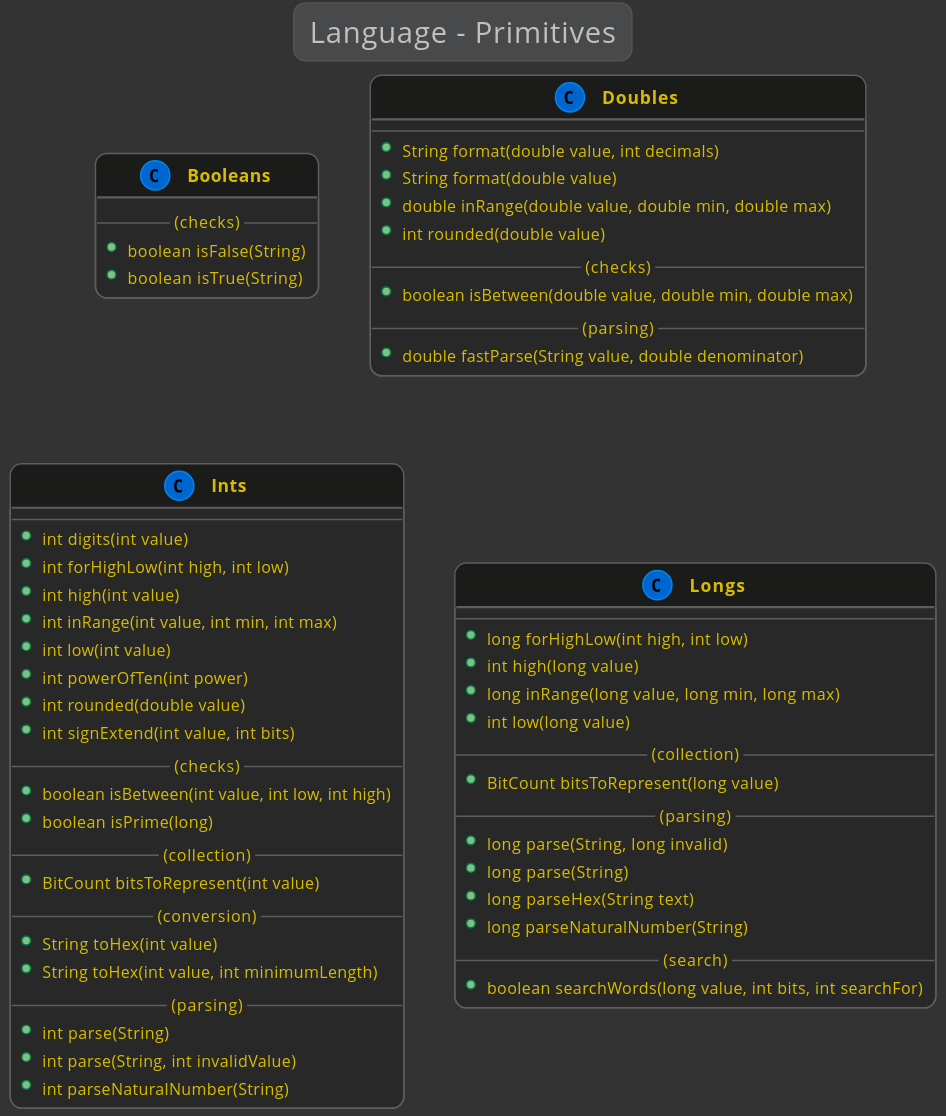
Earlier version of the PlantUML export kivakit-core/kernel/documentation/diagrams/diagram-language-primitive.svg (Telenav/kivakit). Source of this version:
```plantuml
@startuml

    !include ../lexakai/lexakai.theme

    title "Language - Primitives"

    class Booleans
    {
        --(checks)--
        +boolean isFalse(String)
        +boolean isTrue(String)
    }

    class Doubles
    {
        --
        +String format(double value, int decimals)
        +String format(double value)
        +double inRange(double value, double min, double max)
        +int rounded(double value)
        --(checks)--
        +boolean isBetween(double value, double min, double max)
        --(parsing)--
        +double fastParse(String value, double denominator)
    }

    class Ints
    {
        --
        +int digits(int value)
        +int forHighLow(int high, int low)
        +int high(int value)
        +int inRange(int value, int min, int max)
        +int low(int value)
        +int powerOfTen(int power)
        +int rounded(double value)
        +int signExtend(int value, int bits)
        --(checks)--
        +boolean isBetween(int value, int low, int high)
        +boolean isPrime(long)
        --(collection)--
        +BitCount bitsToRepresent(int value)
        --(conversion)--
        +String toHex(int value)
        +String toHex(int value, int minimumLength)
        --(parsing)--
        +int parse(String)
        +int parse(String, int invalidValue)
        +int parseNaturalNumber(String)
    }

    class Longs
    {
        --
        +long forHighLow(int high, int low)
        +int high(long value)
        +long inRange(long value, long min, long max)
        +int low(long value)
        --(collection)--
        +BitCount bitsToRepresent(long value)
        --(parsing)--
        +long parse(String, long invalid)
        +long parse(String)
        +long parseHex(String text)
        +long parseNaturalNumber(String)
        --(search)--
        +boolean searchWords(long value, int bits, int searchFor)
    }

@enduml
```
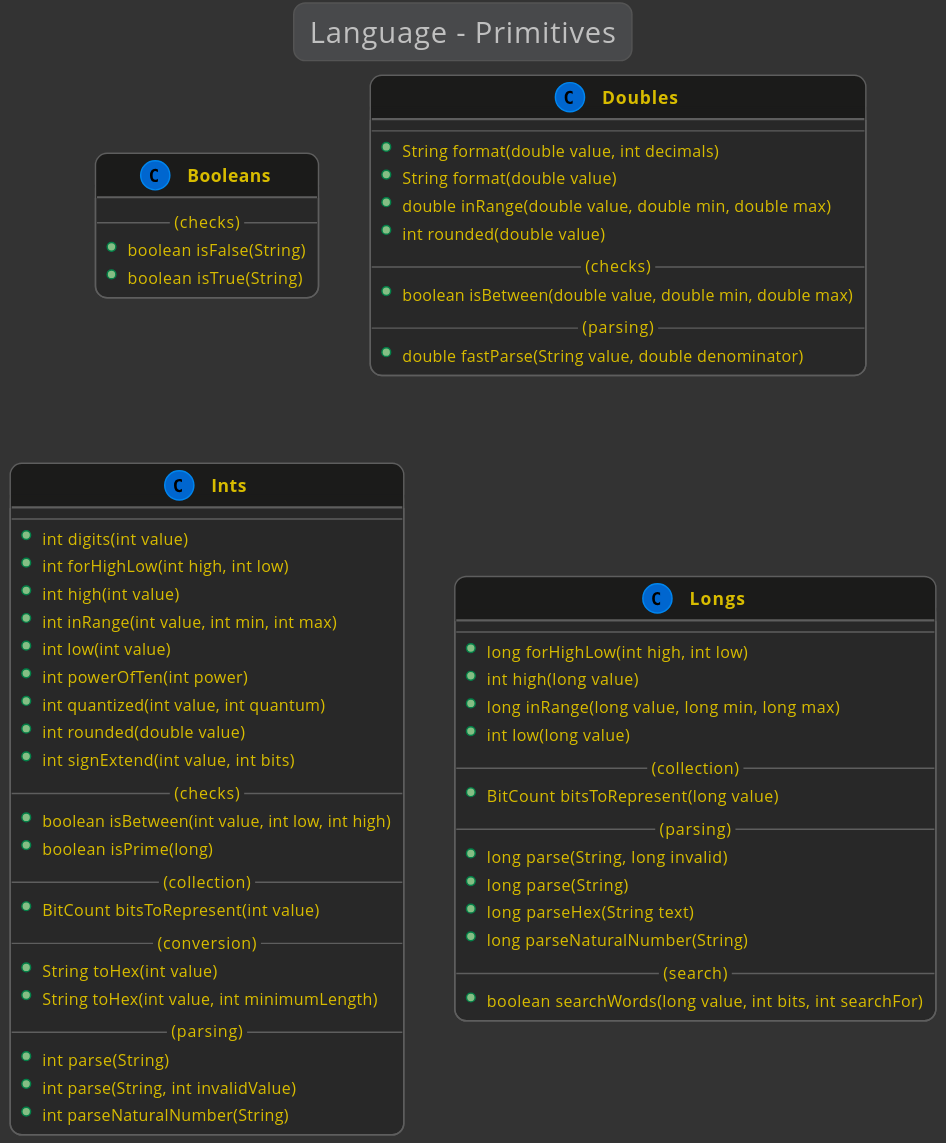
The same diagram one commit later.

Diff of the diagram source:
```diff
@@ -33,6 +33,7 @@
         +int inRange(int value, int min, int max)
         +int low(int value)
         +int powerOfTen(int power)
+        +int quantized(int value, int quantum)
         +int rounded(double value)
         +int signExtend(int value, int bits)
         --(checks)--
```
